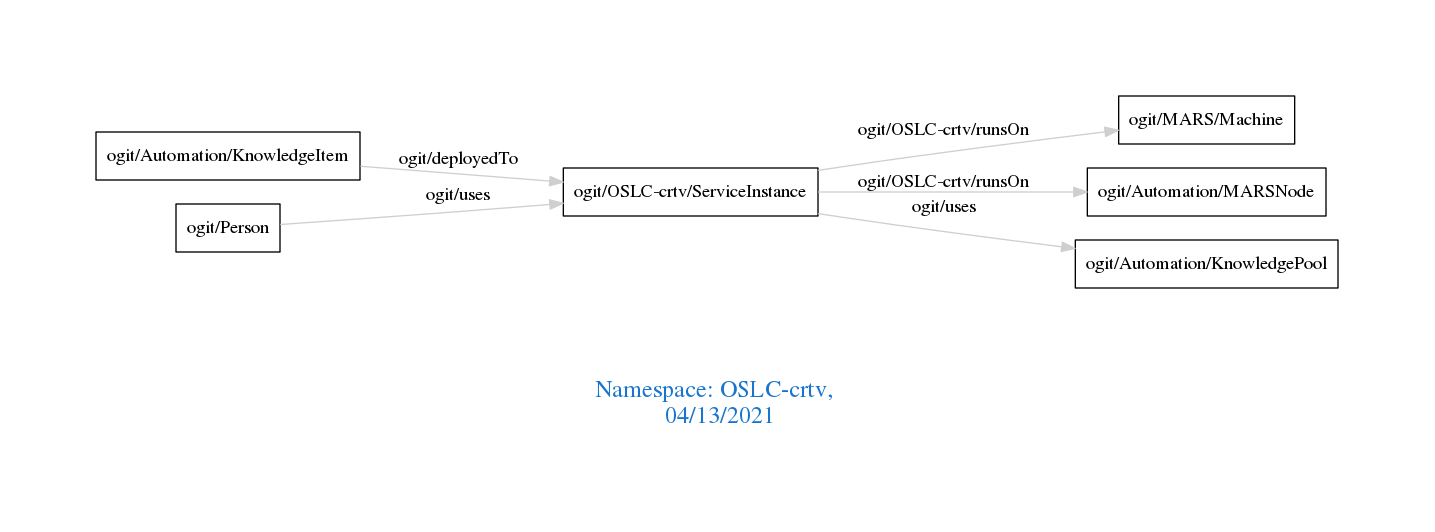
This is downloads/OSLC-crtv.png from arago/OGIT, a Graphviz export, as it was before one commit. Its source is kept beside it as downloads/OSLC-crtv.dot.
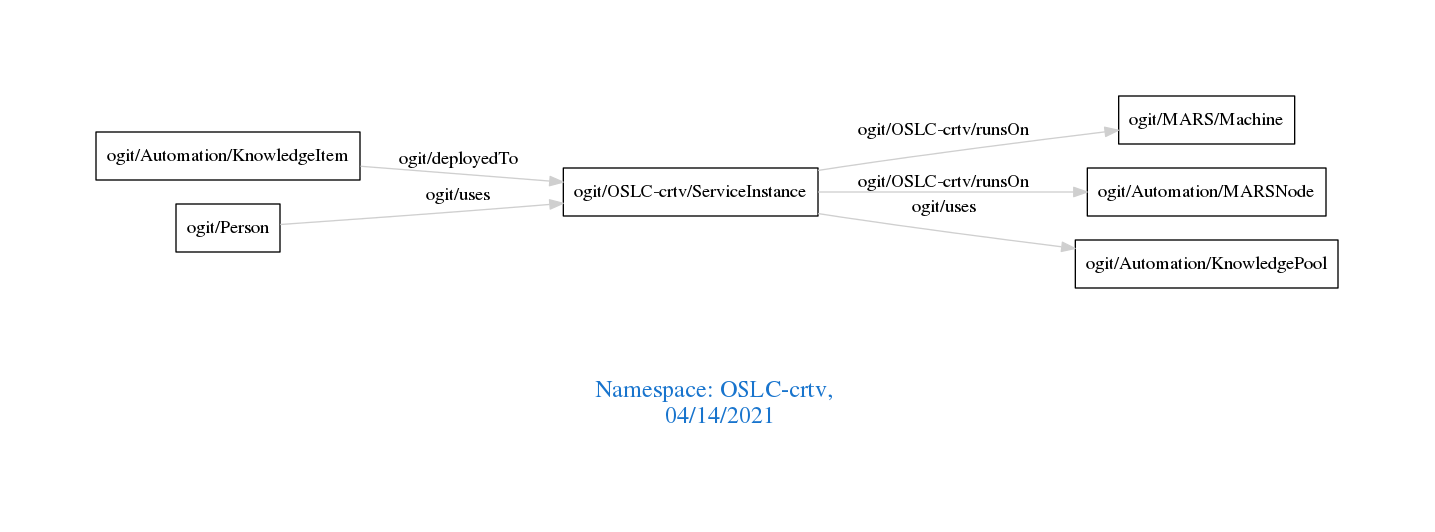
The same file after the commit.

The edit, as a diff of the source:
```diff
@@ -1,7 +1,7 @@
 digraph OGIT_ontology {
  graph [ rankdir= LR,pad=1
 fontsize = 18,
-fontcolor= dodgerblue3,label = "\n\n\nNamespace: OSLC-crtv, \n 04/13/2021"];
+fontcolor= dodgerblue3,label = "\n\n\nNamespace: OSLC-crtv, \n 04/14/2021"];
 node[shape=polygon];
 edge [  color="gray81"];
 
```
